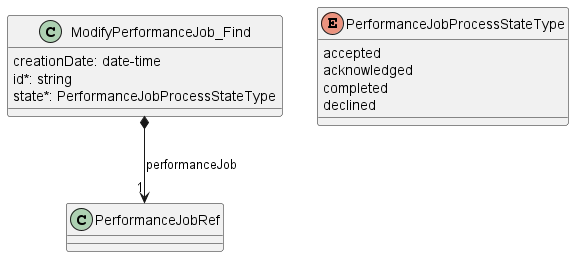
This is documentation/serviceApi/pm/performance/media/useCase10Model.png from MEF-GIT/MEF-LSO-Legato-SDK, a PlantUML export, as it was before one commit. The source it was exported from:
```plantuml
@startuml useCase10Model

class ModifyPerformanceJob_Find {

    creationDate: date-time
    id*: string
    state*: PerformanceJobProcessStateType
}

ModifyPerformanceJob_Find *-->"1" PerformanceJobRef : performanceJob

enum PerformanceJobProcessStateType {

    accepted
    acknowledged
    completed
    declined
}

@enduml
```
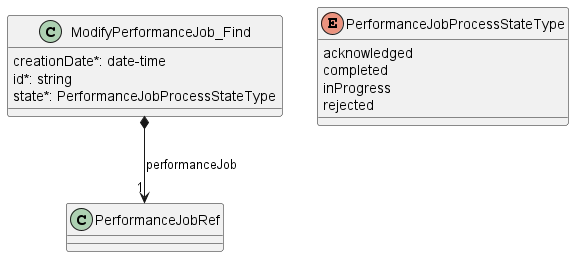
Later version of the same file.

Change to the diagram source:
```diff
@@ -2,7 +2,7 @@
 
 class ModifyPerformanceJob_Find {
 
-    creationDate: date-time
+    creationDate*: date-time
     id*: string
     state*: PerformanceJobProcessStateType
 }
@@ -11,10 +11,10 @@
 
 enum PerformanceJobProcessStateType {
 
-    accepted
     acknowledged
     completed
-    declined
+    inProgress
+    rejected
 }
 
 @enduml
```
